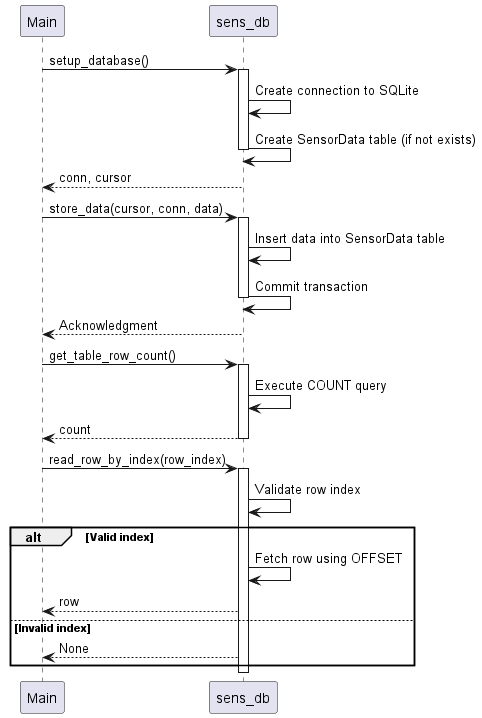
This is out/design/sens_db/sens_db.png from shawsuraj203/smart_home, a PlantUML export, as it was before one commit.
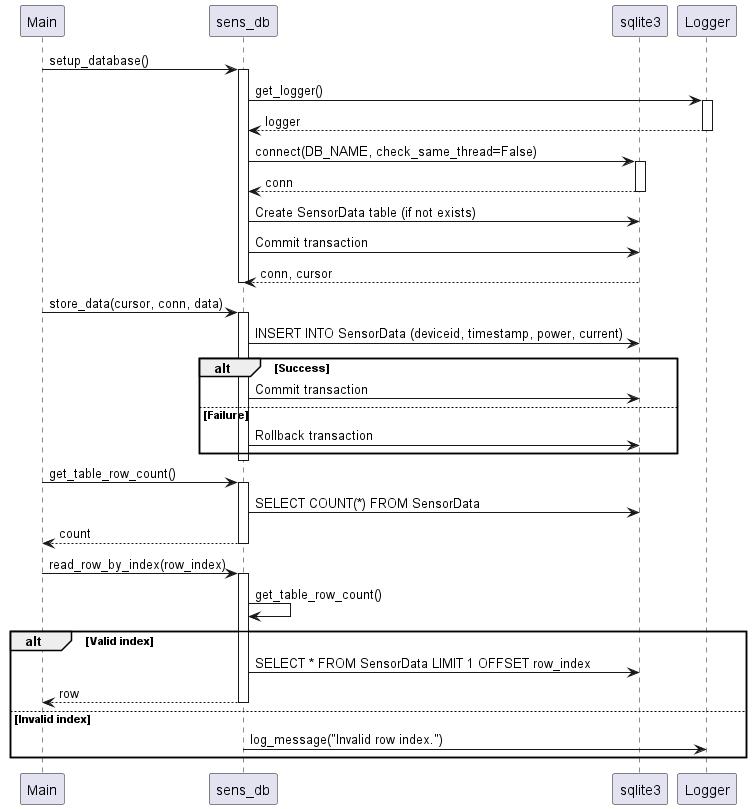
Later version of the same file.

Change to the diagram source:
```diff
@@ -1,35 +1,48 @@
 @startuml
 participant Main
 participant sens_db
+participant sqlite3
+participant Logger
 
 Main -> sens_db: setup_database()
 activate sens_db
-sens_db -> sens_db: Create connection to SQLite
-sens_db -> sens_db: Create SensorData table (if not exists)
+sens_db -> Logger: get_logger()
+activate Logger
+return logger
+deactivate Logger
+sens_db -> sqlite3: connect(DB_NAME, check_same_thread=False)
+activate sqlite3
+return conn
+deactivate sqlite3
+sens_db -> sqlite3: Create SensorData table (if not exists)
+sens_db -> sqlite3: Commit transaction
+return conn, cursor
 deactivate sens_db
-Main <-- sens_db: conn, cursor
 
 Main -> sens_db: store_data(cursor, conn, data)
 activate sens_db
-sens_db -> sens_db: Insert data into SensorData table
-sens_db -> sens_db: Commit transaction
+sens_db -> sqlite3: INSERT INTO SensorData (deviceid, timestamp, power, current)
+alt Success
+    sens_db -> sqlite3: Commit transaction
+else Failure
+    sens_db -> sqlite3: Rollback transaction
+end
 deactivate sens_db
-Main <-- sens_db: Acknowledgment
 
 Main -> sens_db: get_table_row_count()
 activate sens_db
-sens_db -> sens_db: Execute COUNT query
-Main <-- sens_db: count
+sens_db -> sqlite3: SELECT COUNT(*) FROM SensorData
+return count
 deactivate sens_db
 
 Main -> sens_db: read_row_by_index(row_index)
 activate sens_db
-sens_db -> sens_db: Validate row index
+sens_db -> sens_db: get_table_row_count()
 alt Valid index
-    sens_db -> sens_db: Fetch row using OFFSET
-    Main <-- sens_db: row
+    sens_db -> sqlite3: SELECT * FROM SensorData LIMIT 1 OFFSET row_index
+    return row
 else Invalid index
-    Main <-- sens_db: None
+    sens_db -> Logger: log_message("Invalid row index.")
 end
 deactivate sens_db
 @enduml
```
